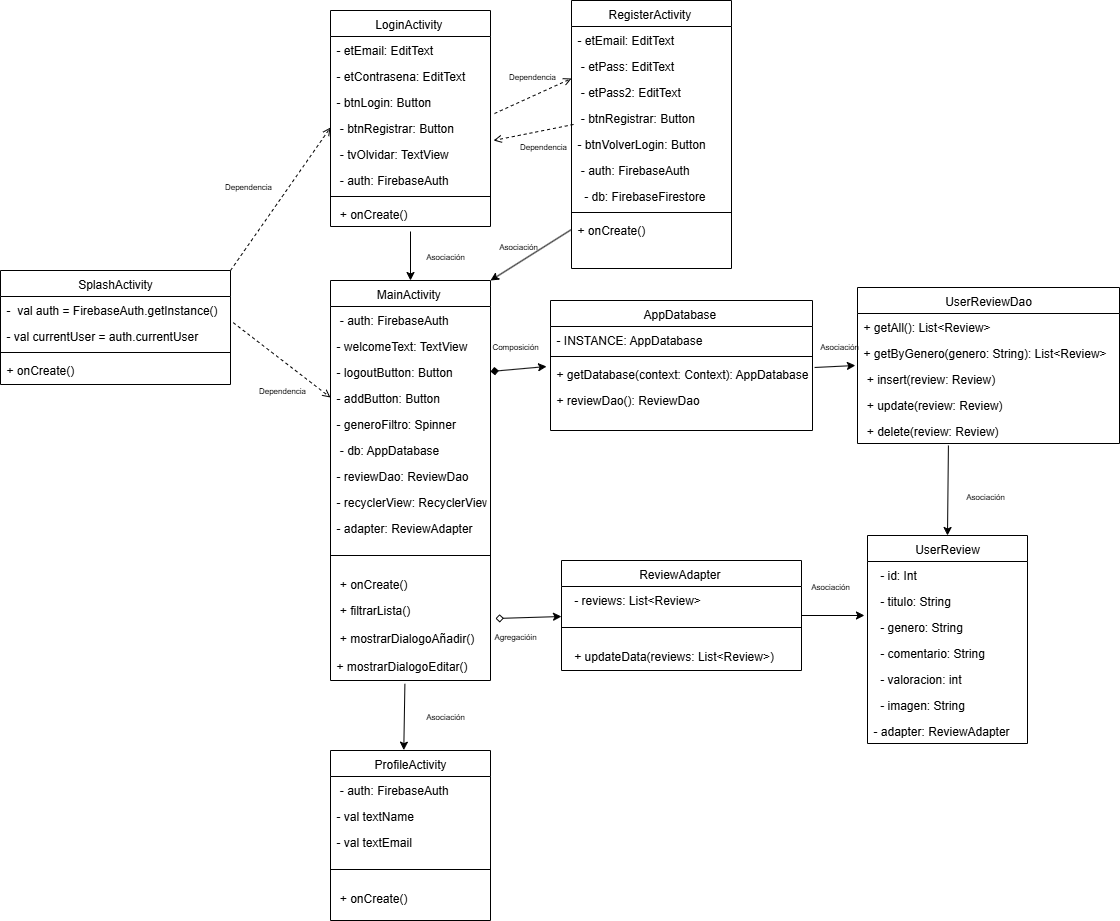
The draw.io diagram Diagrama De Clases/diagrama de clases.png in marcosgb9/MyList, before a commit. Source tidied: cells renumbered, new cells last; positions are measured from the earlier drawing's top-left corner, leaving out a move shared by most shapes.
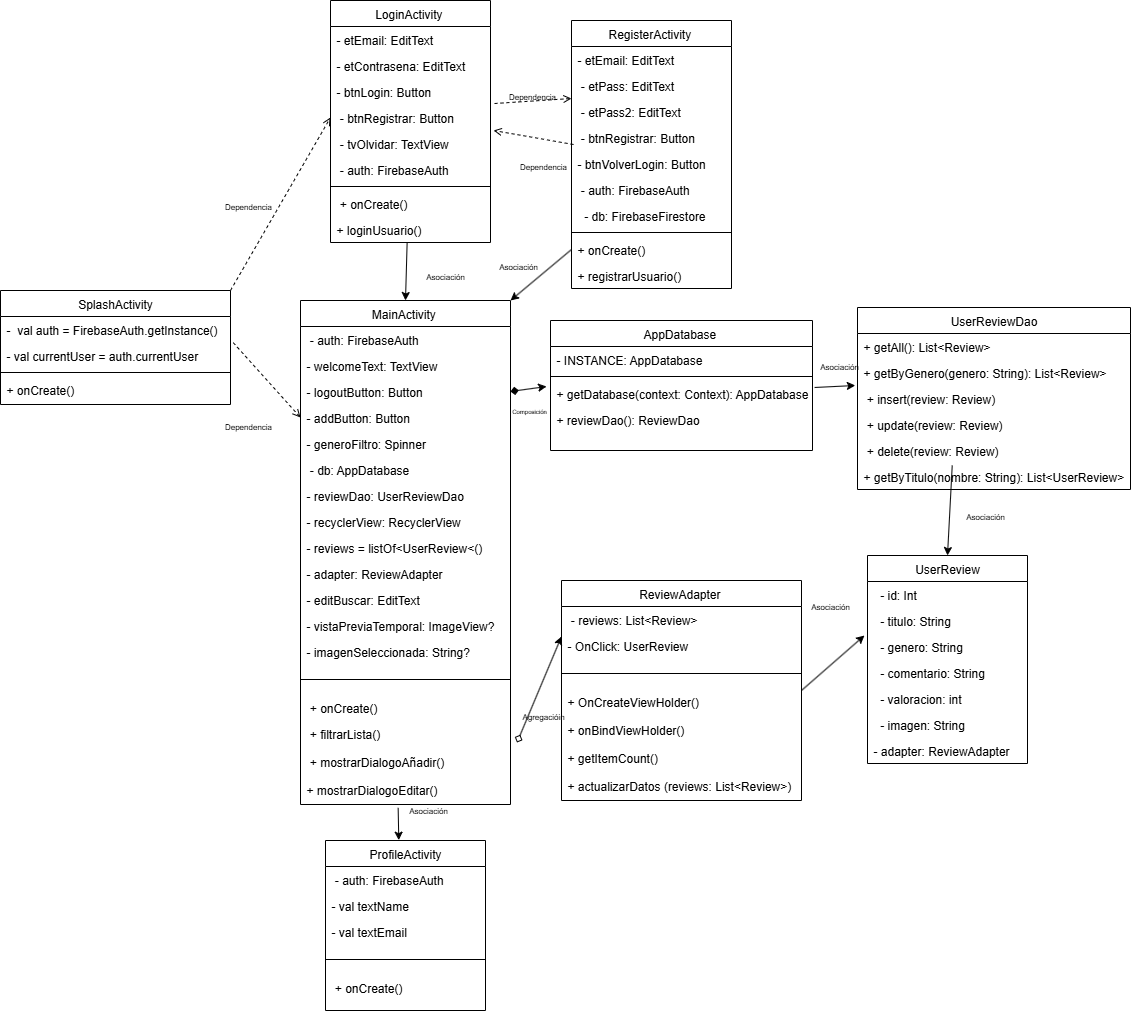
The same diagram one commit later.

The edit, as a diff of the source:
```diff
@@ -32,8 +32,11 @@
     <mxCell id="11" value="+ onCreate()" style="text;align=left;verticalAlign=top;spacingLeft=4;spacingRight=4;overflow=hidden;points=[[0,0.5],[1,0.5]];portConstraint=eastwest;" parent="2" vertex="1">
       <mxGeometry y="216" width="160" height="26" as="geometry" />
     </mxCell>
+    <mxCell id="94" value="+ registrarUsuario()" style="text;align=left;verticalAlign=top;spacingLeft=4;spacingRight=4;overflow=hidden;" parent="2" vertex="1">
+      <mxGeometry y="242" width="160" height="26" as="geometry" />
+    </mxCell>
     <mxCell id="12" value="LoginActivity " style="swimlane;fontStyle=0;align=center;verticalAlign=top;horizontal=1;startSize=26;rounded=0;shadow=0;strokeWidth=1;" parent="1" vertex="1">
-      <mxGeometry x="330" y="10" width="160" height="216" as="geometry" />
+      <mxGeometry x="330" y="-20" width="160" height="242" as="geometry" />
     </mxCell>
     <mxCell id="13" value="- etEmail: EditText" style="text;align=left;verticalAlign=top;spacingLeft=4;spacingRight=4;overflow=hidden;" parent="12" vertex="1">
       <mxGeometry y="26" width="160" height="26" as="geometry" />
@@ -59,50 +62,65 @@
     <mxCell id="20" value=" + onCreate()" style="text;align=left;verticalAlign=top;spacingLeft=4;spacingRight=4;overflow=hidden;points=[[0,0.5],[1,0.5]];portConstraint=eastwest;fontStyle=0;" parent="12" vertex="1">
       <mxGeometry y="190" width="160" height="26" as="geometry" />
     </mxCell>
+    <mxCell id="95" value="+ loginUsuario()" style="text;align=left;verticalAlign=top;spacingLeft=4;spacingRight=4;overflow=hidden;points=[[0,0.5],[1,0.5]];portConstraint=eastwest;fontStyle=0;" parent="12" vertex="1">
+      <mxGeometry y="216" width="160" height="26" as="geometry" />
+    </mxCell>
     <mxCell id="21" value="MainActivity " style="swimlane;fontStyle=0;align=center;verticalAlign=top;horizontal=1;startSize=26;rounded=0;shadow=0;strokeWidth=1;" parent="1" vertex="1">
-      <mxGeometry x="330" y="280" width="160" height="400" as="geometry" />
+      <mxGeometry x="300" y="280" width="210" height="504" as="geometry" />
     </mxCell>
     <mxCell id="22" value=" - auth: FirebaseAuth" style="text;align=left;verticalAlign=top;spacingLeft=4;spacingRight=4;overflow=hidden;" parent="21" vertex="1">
-      <mxGeometry y="26" width="160" height="26" as="geometry" />
+      <mxGeometry y="26" width="210" height="26" as="geometry" />
     </mxCell>
     <mxCell id="23" value="- welcomeText: TextView" style="text;align=left;verticalAlign=top;spacingLeft=4;spacingRight=4;overflow=hidden;rounded=0;shadow=0;html=0;" parent="21" vertex="1">
-      <mxGeometry y="52" width="160" height="26" as="geometry" />
+      <mxGeometry y="52" width="210" height="26" as="geometry" />
     </mxCell>
     <mxCell id="24" value="- logoutButton: Button" style="text;align=left;verticalAlign=top;spacingLeft=4;spacingRight=4;overflow=hidden;points=[[0,0.5],[1,0.5]];portConstraint=eastwest;rounded=0;shadow=0;html=0;" parent="21" vertex="1">
-      <mxGeometry y="78" width="160" height="26" as="geometry" />
+      <mxGeometry y="78" width="210" height="26" as="geometry" />
     </mxCell>
     <mxCell id="25" value="- addButton: Button" style="text;align=left;verticalAlign=top;spacingLeft=4;spacingRight=4;overflow=hidden;points=[[0,0.5],[1,0.5]];portConstraint=eastwest;rounded=0;shadow=0;html=0;" parent="21" vertex="1">
-      <mxGeometry y="104" width="160" height="26" as="geometry" />
+      <mxGeometry y="104" width="210" height="26" as="geometry" />
     </mxCell>
     <mxCell id="26" value="- generoFiltro: Spinner" style="text;align=left;verticalAlign=top;spacingLeft=4;spacingRight=4;overflow=hidden;rounded=0;shadow=0;html=0;" parent="21" vertex="1">
-      <mxGeometry y="130" width="160" height="26" as="geometry" />
+      <mxGeometry y="130" width="210" height="26" as="geometry" />
     </mxCell>
     <mxCell id="27" value=" - db: AppDatabase" style="text;align=left;verticalAlign=top;spacingLeft=4;spacingRight=4;overflow=hidden;" parent="21" vertex="1">
-      <mxGeometry y="156" width="160" height="26" as="geometry" />
+      <mxGeometry y="156" width="210" height="26" as="geometry" />
     </mxCell>
-    <mxCell id="28" value="- reviewDao: ReviewDao" style="text;align=left;verticalAlign=top;spacingLeft=4;spacingRight=4;overflow=hidden;" parent="21" vertex="1">
-      <mxGeometry y="182" width="160" height="26" as="geometry" />
+    <mxCell id="28" value="- reviewDao: UserReviewDao" style="text;align=left;verticalAlign=top;spacingLeft=4;spacingRight=4;overflow=hidden;" parent="21" vertex="1">
+      <mxGeometry y="182" width="210" height="26" as="geometry" />
     </mxCell>
     <mxCell id="29" value="- recyclerView: RecyclerView" style="text;align=left;verticalAlign=top;spacingLeft=4;spacingRight=4;overflow=hidden;" parent="21" vertex="1">
-      <mxGeometry y="208" width="160" height="26" as="geometry" />
+      <mxGeometry y="208" width="210" height="26" as="geometry" />
     </mxCell>
+    <mxCell id="96" value="- reviews = listOf&lt;UserReview&lt;()" style="text;align=left;verticalAlign=top;spacingLeft=4;spacingRight=4;overflow=hidden;" parent="21" vertex="1">
+      <mxGeometry y="234" width="210" height="26" as="geometry" />
+    </mxCell>
     <mxCell id="30" value="- adapter: ReviewAdapter&#10;" style="text;align=left;verticalAlign=top;spacingLeft=4;spacingRight=4;overflow=hidden;" parent="21" vertex="1">
-      <mxGeometry y="234" width="160" height="26" as="geometry" />
+      <mxGeometry y="260" width="210" height="26" as="geometry" />
     </mxCell>
+    <mxCell id="97" value="- editBuscar: EditText&#10;" style="text;align=left;verticalAlign=top;spacingLeft=4;spacingRight=4;overflow=hidden;" parent="21" vertex="1">
+      <mxGeometry y="286" width="210" height="26" as="geometry" />
+    </mxCell>
+    <mxCell id="98" value="- vistaPreviaTemporal: ImageView?&#10;" style="text;align=left;verticalAlign=top;spacingLeft=4;spacingRight=4;overflow=hidden;" parent="21" vertex="1">
+      <mxGeometry y="312" width="210" height="26" as="geometry" />
+    </mxCell>
+    <mxCell id="99" value="- imagenSeleccionada: String?&#10;" style="text;align=left;verticalAlign=top;spacingLeft=4;spacingRight=4;overflow=hidden;" parent="21" vertex="1">
+      <mxGeometry y="338" width="210" height="26" as="geometry" />
+    </mxCell>
     <mxCell id="31" style="line;html=1;strokeWidth=1;align=left;verticalAlign=middle;spacingTop=-1;spacingLeft=3;spacingRight=3;labelPosition=right;" parent="21" vertex="1">
-      <mxGeometry y="260" width="160" height="30" as="geometry" />
+      <mxGeometry y="364" width="210" height="30" as="geometry" />
     </mxCell>
     <mxCell id="32" value=" + onCreate()" style="text;align=left;verticalAlign=top;spacingLeft=4;spacingRight=4;overflow=hidden;fontStyle=0;" parent="21" vertex="1">
-      <mxGeometry y="290" width="160" height="26" as="geometry" />
+      <mxGeometry y="394" width="210" height="26" as="geometry" />
     </mxCell>
     <mxCell id="33" value=" + filtrarLista()" style="text;align=left;verticalAlign=top;spacingLeft=4;spacingRight=4;overflow=hidden;points=[[0,0.5],[1,0.5]];portConstraint=eastwest;fontStyle=0;" parent="21" vertex="1">
-      <mxGeometry y="316" width="160" height="28" as="geometry" />
+      <mxGeometry y="420" width="210" height="28" as="geometry" />
     </mxCell>
     <mxCell id="34" value=" + mostrarDialogoAñadir()" style="text;align=left;verticalAlign=top;spacingLeft=4;spacingRight=4;overflow=hidden;fontStyle=0;" parent="21" vertex="1">
-      <mxGeometry y="344" width="160" height="28" as="geometry" />
+      <mxGeometry y="448" width="210" height="28" as="geometry" />
     </mxCell>
     <mxCell id="35" value="+ mostrarDialogoEditar()" style="text;align=left;verticalAlign=top;spacingLeft=4;spacingRight=4;overflow=hidden;points=[[0,0.5],[1,0.5]];portConstraint=eastwest;fontStyle=0;" parent="21" vertex="1">
-      <mxGeometry y="372" width="160" height="28" as="geometry" />
+      <mxGeometry y="476" width="210" height="28" as="geometry" />
     </mxCell>
     <mxCell id="36" value="AppDatabase " style="swimlane;fontStyle=0;align=center;verticalAlign=top;horizontal=1;startSize=26;rounded=0;shadow=0;strokeWidth=1;" parent="1" vertex="1">
       <mxGeometry x="550" y="300" width="262" height="130" as="geometry" />
@@ -120,23 +138,26 @@
       <mxGeometry y="86" width="262" height="26" as="geometry" />
     </mxCell>
     <mxCell id="41" value="UserReviewDao" style="swimlane;fontStyle=0;align=center;verticalAlign=top;horizontal=1;startSize=26;rounded=0;shadow=0;strokeWidth=1;" parent="1" vertex="1">
-      <mxGeometry x="857" y="287" width="262" height="156" as="geometry" />
+      <mxGeometry x="857" y="287" width="273" height="182" as="geometry" />
     </mxCell>
     <mxCell id="42" value="+ getAll(): List&lt;Review&gt;" style="text;align=left;verticalAlign=top;spacingLeft=4;spacingRight=4;overflow=hidden;" parent="41" vertex="1">
-      <mxGeometry y="26" width="262" height="26" as="geometry" />
+      <mxGeometry y="26" width="273" height="26" as="geometry" />
     </mxCell>
     <mxCell id="43" value="+ getByGenero(genero: String): List&lt;Review&gt;" style="text;align=left;verticalAlign=top;spacingLeft=4;spacingRight=4;overflow=hidden;" parent="41" vertex="1">
-      <mxGeometry y="52" width="262" height="26" as="geometry" />
+      <mxGeometry y="52" width="273" height="26" as="geometry" />
     </mxCell>
     <mxCell id="44" value=" + insert(review: Review)" style="text;align=left;verticalAlign=top;spacingLeft=4;spacingRight=4;overflow=hidden;points=[[0,0.5],[1,0.5]];portConstraint=eastwest;" parent="41" vertex="1">
-      <mxGeometry y="78" width="262" height="26" as="geometry" />
+      <mxGeometry y="78" width="273" height="26" as="geometry" />
     </mxCell>
     <mxCell id="45" value=" + update(review: Review)" style="text;align=left;verticalAlign=top;spacingLeft=4;spacingRight=4;overflow=hidden;" parent="41" vertex="1">
-      <mxGeometry y="104" width="262" height="26" as="geometry" />
+      <mxGeometry y="104" width="273" height="26" as="geometry" />
     </mxCell>
     <mxCell id="46" value=" + delete(review: Review)" style="text;align=left;verticalAlign=top;spacingLeft=4;spacingRight=4;overflow=hidden;points=[[0,0.5],[1,0.5]];portConstraint=eastwest;" parent="41" vertex="1">
-      <mxGeometry y="130" width="262" height="26" as="geometry" />
+      <mxGeometry y="130" width="273" height="26" as="geometry" />
     </mxCell>
+    <mxCell id="100" value="+ getByTitulo(nombre: String): List&lt;UserReview&gt;" style="text;align=left;verticalAlign=top;spacingLeft=4;spacingRight=4;overflow=hidden;" parent="41" vertex="1">
+      <mxGeometry y="156" width="273" height="26" as="geometry" />
+    </mxCell>
     <mxCell id="47" value="UserReview" style="swimlane;fontStyle=0;align=center;verticalAlign=top;horizontal=1;startSize=26;rounded=0;shadow=0;strokeWidth=1;" parent="1" vertex="1">
       <mxGeometry x="867" y="535" width="160" height="208" as="geometry" />
     </mxCell>
@@ -162,21 +183,33 @@
       <mxGeometry y="182" width="160" height="26" as="geometry" />
     </mxCell>
     <mxCell id="55" value="ReviewAdapter " style="swimlane;fontStyle=0;align=center;verticalAlign=top;horizontal=1;startSize=26;rounded=0;shadow=0;strokeWidth=1;" parent="1" vertex="1">
-      <mxGeometry x="561" y="560" width="240" height="110" as="geometry" />
+      <mxGeometry x="561" y="560" width="240" height="220" as="geometry" />
     </mxCell>
-    <mxCell id="56" value="  - reviews: List&lt;Review&gt;" style="text;align=left;verticalAlign=top;spacingLeft=4;spacingRight=4;overflow=hidden;points=[[0,0.5],[1,0.5]];portConstraint=eastwest;" parent="55" vertex="1">
+    <mxCell id="56" value=" - reviews: List&lt;Review&gt;&#10;" style="text;align=left;verticalAlign=top;spacingLeft=4;spacingRight=4;overflow=hidden;points=[[0,0.5],[1,0.5]];portConstraint=eastwest;" parent="55" vertex="1">
       <mxGeometry y="26" width="240" height="26" as="geometry" />
     </mxCell>
+    <mxCell id="101" value="- OnClick: UserReview" style="text;align=left;verticalAlign=top;spacingLeft=4;spacingRight=4;overflow=hidden;" parent="55" vertex="1">
+      <mxGeometry y="52" width="240" height="26" as="geometry" />
+    </mxCell>
     <mxCell id="57" style="line;html=1;strokeWidth=1;align=left;verticalAlign=middle;spacingTop=-1;spacingLeft=3;spacingRight=3;labelPosition=right;" parent="55" vertex="1">
-      <mxGeometry y="52" width="240" height="30" as="geometry" />
+      <mxGeometry y="78" width="240" height="30" as="geometry" />
     </mxCell>
+    <mxCell id="102" value="+ OnCreateViewHolder()" style="text;align=left;verticalAlign=top;spacingLeft=4;spacingRight=4;overflow=hidden;fontStyle=0;" parent="55" vertex="1">
+      <mxGeometry y="108" width="240" height="28" as="geometry" />
+    </mxCell>
+    <mxCell id="103" value="+ onBindViewHolder() " style="text;align=left;verticalAlign=top;spacingLeft=4;spacingRight=4;overflow=hidden;fontStyle=0;" parent="55" vertex="1">
+      <mxGeometry y="136" width="240" height="28" as="geometry" />
+    </mxCell>
+    <mxCell id="104" value="+ getItemCount()" style="text;align=left;verticalAlign=top;spacingLeft=4;spacingRight=4;overflow=hidden;fontStyle=0;" parent="55" vertex="1">
+      <mxGeometry y="164" width="240" height="28" as="geometry" />
+    </mxCell>
-    <mxCell id="58" value="  + updateData(reviews: List&lt;Review&gt;)" style="text;align=left;verticalAlign=top;spacingLeft=4;spacingRight=4;overflow=hidden;fontStyle=0;" parent="55" vertex="1">
-      <mxGeometry y="82" width="240" height="28" as="geometry" />
+    <mxCell id="58" value="+ actualizarDatos (reviews: List&lt;Review&gt;)" style="text;align=left;verticalAlign=top;spacingLeft=4;spacingRight=4;overflow=hidden;fontStyle=0;" parent="55" vertex="1">
+      <mxGeometry y="192" width="240" height="28" as="geometry" />
     </mxCell>
     <mxCell id="59" style="endArrow=open;html=1;rounded=0;exitX=1.025;exitY=-0.038;exitDx=0;exitDy=0;exitPerimeter=0;entryX=0;entryY=0;entryDx=0;entryDy=0;entryPerimeter=0;endFill=0;dashed=1;" parent="1" edge="1" source="16" target="5">
       <mxGeometry relative="1" as="geometry" />
     </mxCell>
-    <mxCell id="60" style="endArrow=classic;html=1;rounded=0;exitX=0.5;exitY=1.192;exitDx=0;exitDy=0;exitPerimeter=0;entryX=0.5;entryY=0;entryDx=0;entryDy=0;" parent="1" edge="1" source="20" target="21">
+    <mxCell id="60" style="endArrow=classic;html=1;rounded=0;exitX=0.479;exitY=0.994;exitDx=0;exitDy=0;exitPerimeter=0;entryX=0.5;entryY=0;entryDx=0;entryDy=0;" parent="1" edge="1" source="95" target="21">
       <mxGeometry relative="1" as="geometry" />
     </mxCell>
     <mxCell id="61" style="endArrow=classic;html=1;rounded=0;entryX=-0.015;entryY=0.231;entryDx=0;entryDy=0;entryPerimeter=0;startArrow=diamond;startFill=1;exitX=1;exitY=0.5;exitDx=0;exitDy=0;" parent="1" edge="1" source="24" target="39">
@@ -194,8 +227,8 @@
     <mxCell id="65" style="endArrow=classic;html=1;rounded=0;exitX=1.031;exitY=0.786;exitDx=0;exitDy=0;entryX=0;entryY=1.154;entryDx=0;entryDy=0;entryPerimeter=0;startArrow=diamond;startFill=0;exitPerimeter=0;" parent="1" edge="1" source="33" target="56">
       <mxGeometry relative="1" as="geometry" />
     </mxCell>
-    <mxCell id="66" value="&lt;font style=&quot;font-size: 8px;&quot;&gt;Composición&lt;/font&gt;" style="text;html=1;align=center;verticalAlign=middle;whiteSpace=wrap;rounded=0;" parent="1" vertex="1">
-      <mxGeometry x="497" y="340" width="36" height="10" as="geometry" />
+    <mxCell id="66" value="&lt;font style=&quot;font-size: 6px;&quot;&gt;Composición&lt;/font&gt;" style="text;html=1;align=center;verticalAlign=middle;whiteSpace=wrap;rounded=0;" parent="1" vertex="1">
+      <mxGeometry x="514" y="384" width="30" height="10" as="geometry" />
     </mxCell>
     <mxCell id="67" value="&lt;font style=&quot;font-size: 8px;&quot;&gt;Dependencia &lt;/font&gt;" style="text;html=1;align=center;verticalAlign=middle;whiteSpace=wrap;rounded=0;" parent="1" vertex="1">
       <mxGeometry x="514" y="70" width="36" height="10" as="geometry" />
@@ -204,7 +237,7 @@
       <mxGeometry x="427" y="250" width="36" height="10" as="geometry" />
     </mxCell>
     <mxCell id="69" value="&lt;font style=&quot;font-size: 8px;&quot;&gt;Agregacióin&lt;/font&gt;" style="text;html=1;align=center;verticalAlign=middle;whiteSpace=wrap;rounded=0;" parent="1" vertex="1">
-      <mxGeometry x="497" y="630" width="36" height="10" as="geometry" />
+      <mxGeometry x="525" y="690" width="36" height="10" as="geometry" />
     </mxCell>
     <mxCell id="70" value="&lt;font style=&quot;font-size: 8px;&quot;&gt;Asociación&lt;/font&gt;" style="text;html=1;align=center;verticalAlign=middle;whiteSpace=wrap;rounded=0;" parent="1" vertex="1">
       <mxGeometry x="821" y="340" width="36" height="10" as="geometry" />
@@ -252,10 +285,10 @@
       <mxGeometry x="230" y="180" width="36" height="10" as="geometry" />
     </mxCell>
     <mxCell id="85" value="&lt;font style=&quot;font-size: 8px;&quot;&gt;Dependencia &lt;/font&gt;" style="text;html=1;align=center;verticalAlign=middle;whiteSpace=wrap;rounded=0;" parent="1" vertex="1">
-      <mxGeometry x="264" y="384" width="36" height="10" as="geometry" />
+      <mxGeometry x="230" y="400" width="36" height="10" as="geometry" />
     </mxCell>
     <mxCell id="86" value="ProfileActivity" style="swimlane;fontStyle=0;align=center;verticalAlign=top;horizontal=1;startSize=26;rounded=0;shadow=0;strokeWidth=1;" parent="1" vertex="1">
-      <mxGeometry x="330" y="750" width="160" height="170" as="geometry" />
+      <mxGeometry x="325" y="820" width="160" height="170" as="geometry" />
     </mxCell>
     <mxCell id="87" value=" - auth: FirebaseAuth" style="text;align=left;verticalAlign=top;spacingLeft=4;spacingRight=4;overflow=hidden;" parent="86" vertex="1">
       <mxGeometry y="26" width="160" height="26" as="geometry" />
@@ -276,7 +309,7 @@
       <mxGeometry relative="1" as="geometry" />
     </mxCell>
     <mxCell id="93" value="&lt;font style=&quot;font-size: 8px;&quot;&gt;Asociación&lt;/font&gt;" style="text;html=1;align=center;verticalAlign=middle;whiteSpace=wrap;rounded=0;" parent="1" vertex="1">
-      <mxGeometry x="427" y="710" width="36" height="10" as="geometry" />
+      <mxGeometry x="410" y="784" width="36" height="10" as="geometry" />
     </mxCell>
   </root>
 </mxGraphModel>
```
